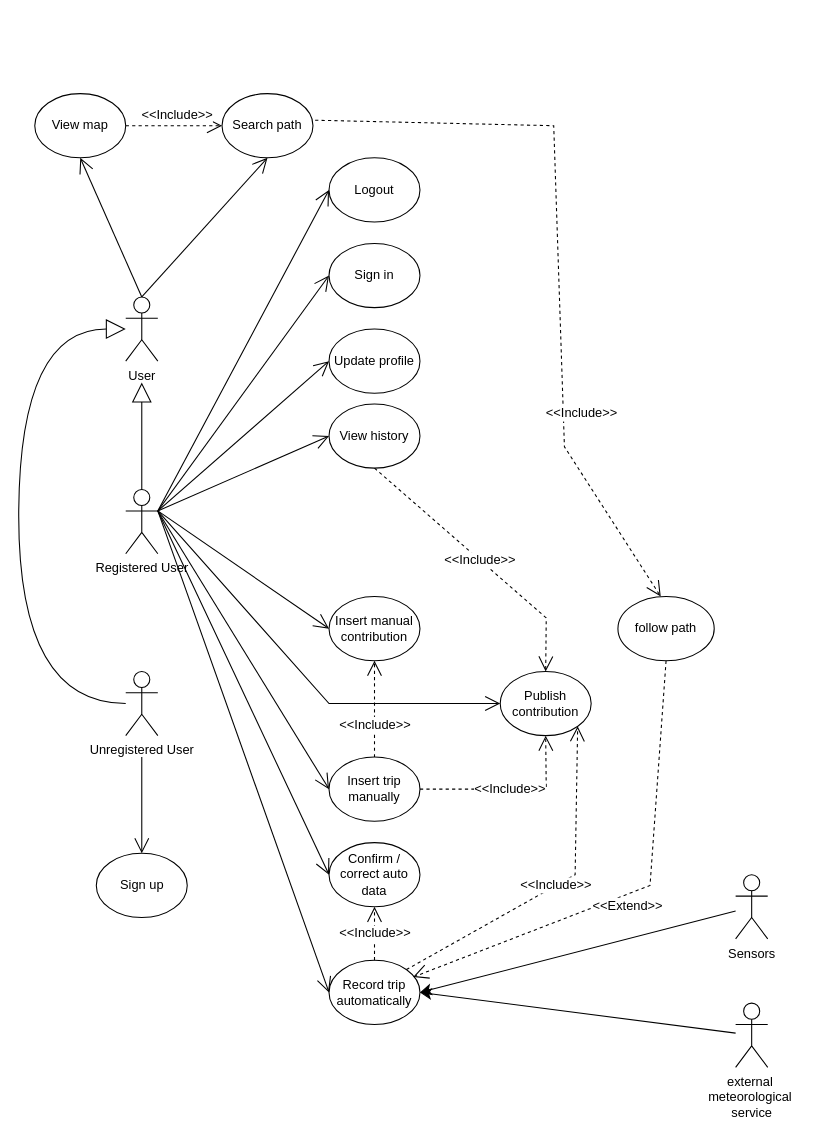
Francesco2035/RavelliRausaPoggi keeps this draw.io diagram as RASD/Version1.0/images/use_case_diagram.drawio. Above is the earlier version. Source tidied: cells renumbered, new cells numbered last; positions are measured from the earlier drawing's top-left corner, leaving out a move shared by most shapes. Both pictures are drawn from the tidied source at 107%, with x=0, y=0 at pixel (18, 93).
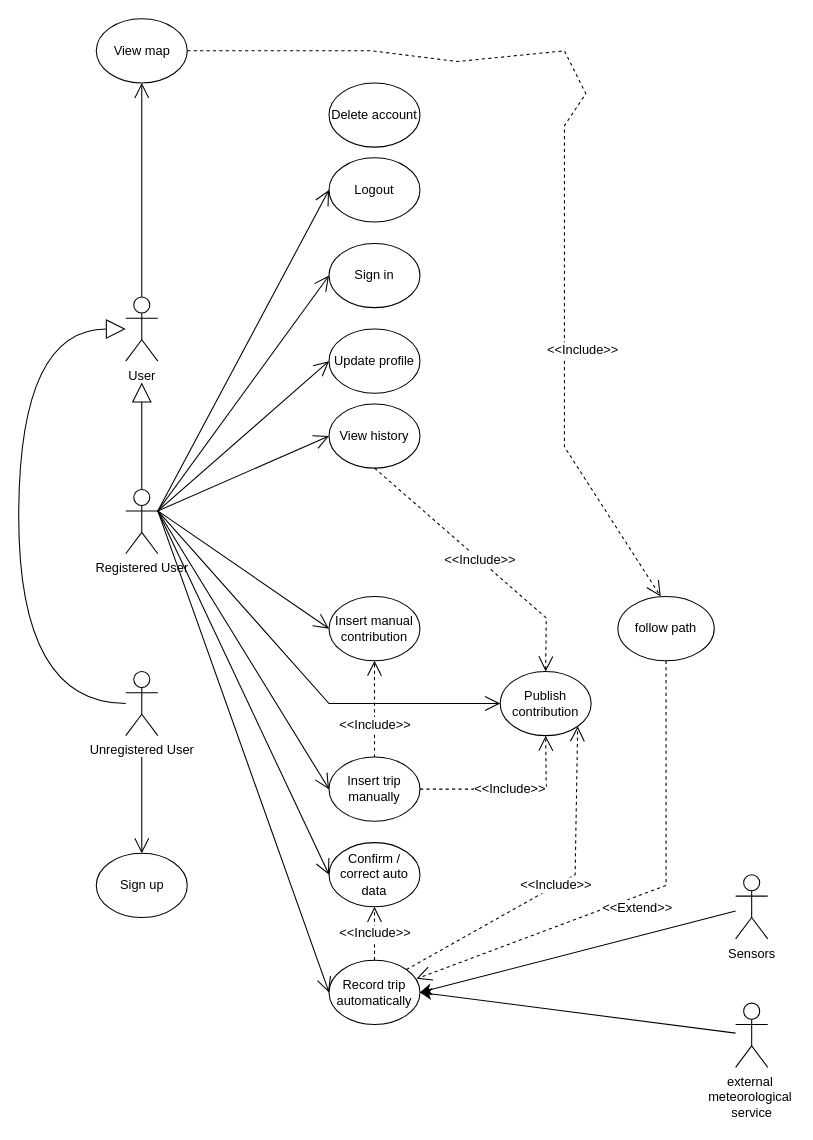
The same diagram, later.

The change refers to these unchanged cells:
```xml
<mxCell id="2" value="User" style="shape=umlActor;verticalLabelPosition=bottom;verticalAlign=top;html=1;outlineConnect=0;" parent="1" vertex="1">
  <mxGeometry x="100" y="190" width="30" height="60" as="geometry" />
</mxCell>
<mxCell id="19" value="Record trip automatically" style="ellipse;whiteSpace=wrap;html=1;" parent="1" vertex="1">
  <mxGeometry x="290" y="810" width="85" height="60" as="geometry" />
</mxCell>
<mxCell id="42" value="follow path" style="ellipse;whiteSpace=wrap;html=1;" parent="1" vertex="1">
  <mxGeometry x="560" y="470" width="90" height="60" as="geometry" />
</mxCell>
```

Change to the diagram source:
```diff
@@
-    <mxCell id="11" value="Search path" style="ellipse;whiteSpace=wrap;html=1;" parent="1" vertex="1">
-      <mxGeometry x="190" width="85" height="60" as="geometry" />
-    </mxCell>
@@
     <mxCell id="22" value="View map" style="ellipse;whiteSpace=wrap;html=1;" parent="1" vertex="1">
-      <mxGeometry x="15" width="85" height="60" as="geometry" />
+      <mxGeometry x="72.5" y="-70" width="85" height="60" as="geometry" />
     </mxCell>
@@
-    <mxCell id="24" style="endArrow=open;endFill=1;endSize=12;html=1;rounded=0;fontSize=12;curved=1;exitX=0.5;exitY=0;exitDx=0;exitDy=0;exitPerimeter=0;entryX=0.5;entryY=1;entryDx=0;entryDy=0;" parent="1" edge="1" source="2" target="11">
-      <mxGeometry relative="1" as="geometry" />
-    </mxCell>
@@
-    <mxCell id="39" value="&amp;lt;&amp;lt;Include&amp;gt;&amp;gt;" style="endArrow=open;endSize=12;dashed=1;html=1;rounded=0;fontSize=12;curved=0;exitX=1;exitY=0.5;exitDx=0;exitDy=0;entryX=0;entryY=0.5;entryDx=0;entryDy=0;" parent="1" edge="1" source="22" target="11">
-      <mxGeometry x="0.06" y="10" relative="1" as="geometry" />
-    </mxCell>
@@
-    <mxCell id="41" value="&amp;lt;&amp;lt;Include&amp;gt;&amp;gt;" style="endArrow=open;endSize=12;dashed=1;html=1;rounded=0;fontSize=12;curved=0;exitX=1.024;exitY=0.414;exitDx=0;exitDy=0;exitPerimeter=0;" parent="1" edge="1" source="11">
+    <mxCell id="41" value="&amp;lt;&amp;lt;Include&amp;gt;&amp;gt;" style="endArrow=open;endSize=12;dashed=1;html=1;rounded=0;fontSize=12;curved=0;" parent="1" edge="1" source="22">
       <mxGeometry x="0.43" y="17" relative="1" as="geometry">
         <mxPoint x="600" y="470" as="targetPoint" />
         <Array as="points">
-          <mxPoint x="500" y="30" />
+          <mxPoint x="330" y="-40" />
+          <mxPoint x="410" y="-30" />
+          <mxPoint x="510" y="-40" />
+          <mxPoint x="530" />
+          <mxPoint x="510" y="30" />
           <mxPoint x="510" y="330" />
         </Array>
       </mxGeometry>
     </mxCell>
@@
-    <mxCell id="43" value="&amp;lt;&amp;lt;Extend&amp;gt;&amp;gt;" style="endArrow=open;endSize=12;dashed=1;html=1;rounded=0;fontSize=12;curved=0;entryX=0.925;entryY=0.261;entryDx=0;entryDy=0;entryPerimeter=0;exitX=0.5;exitY=1;exitDx=0;exitDy=0;" parent="1" edge="1" source="42" target="19">
+    <mxCell id="43" value="&amp;lt;&amp;lt;Extend&amp;gt;&amp;gt;" style="endArrow=open;endSize=12;dashed=1;html=1;rounded=0;fontSize=12;curved=0;entryX=0.961;entryY=0.288;entryDx=0;entryDy=0;entryPerimeter=0;exitX=0.5;exitY=1;exitDx=0;exitDy=0;" parent="1" edge="1" source="42" target="19">
       <mxGeometry x="0.06" y="10" relative="1" as="geometry">
         <Array as="points">
-          <mxPoint x="590" y="740" />
+          <mxPoint x="605" y="740" />
         </Array>
       </mxGeometry>
     </mxCell>
+    <mxCell id="44" value="Delete account" style="ellipse;whiteSpace=wrap;html=1;" parent="1" vertex="1">
+      <mxGeometry x="290" y="-10" width="85" height="60" as="geometry" />
+    </mxCell>
```
